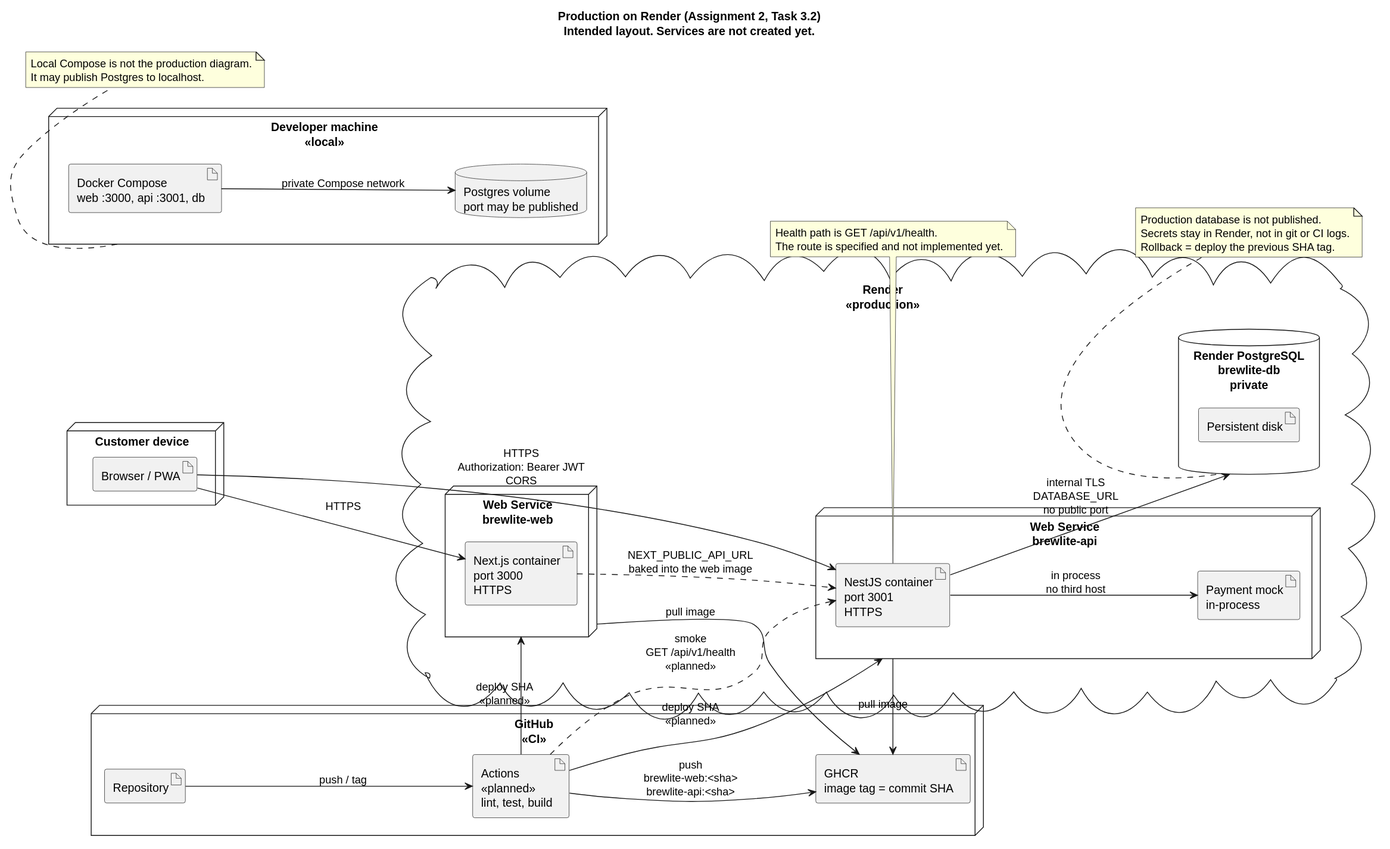
Above: docs/diagrams/deployment-production.svg in Nghiaphan123/BrewLite_Cof (PlantUML), before the change.
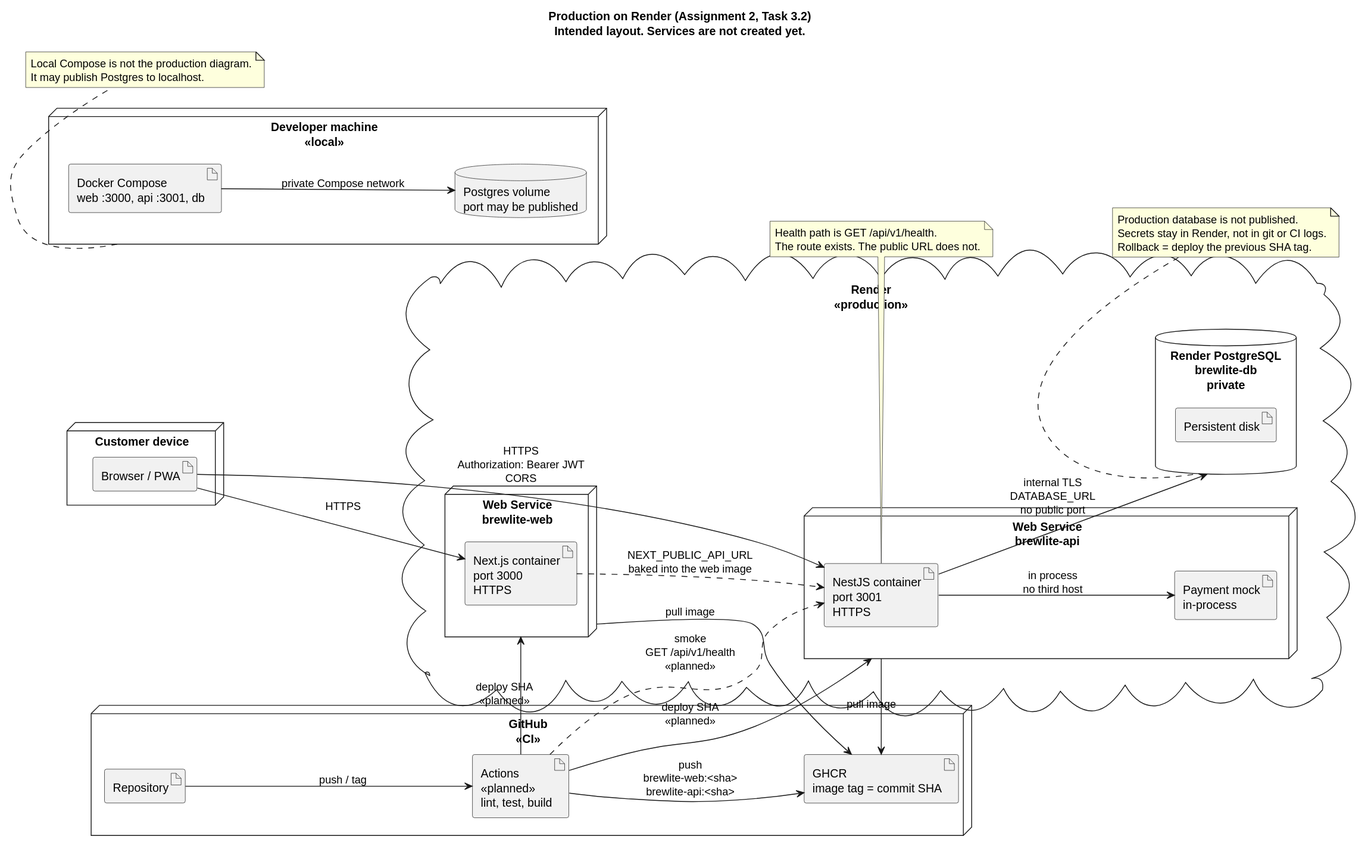
Later version of the same file.

What changed in the source:
```diff
@@ -63,6 +63,6 @@
 
 note bottom of api
   Health path is GET /api/v1/health.
-  The route is specified and not implemented yet.
+  The route exists. The public URL does not.
 end note
 @enduml
```
